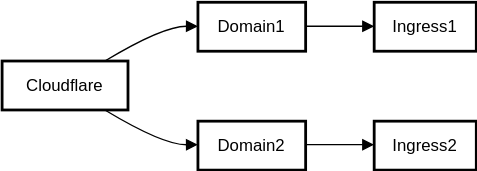
Earlier version of the draw.io export digs/2 ingress.drawio.svg (ShubhSingh/Draw.io). Source tidied: cells renumbered, new cells last; positions are measured from the earlier drawing's top-left corner, leaving out a move shared by most shapes.
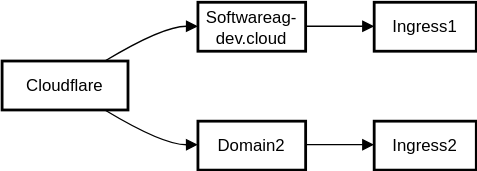
After the change.

The edit, as a diff of the source:
```diff
@@ -5,7 +5,7 @@
     <mxCell id="2" value="Cloudflare" style="whiteSpace=wrap;strokeWidth=2;" parent="1" vertex="1">
       <mxGeometry y="42" width="90" height="35" as="geometry" />
     </mxCell>
-    <mxCell id="3" value="Domain1" style="whiteSpace=wrap;strokeWidth=2;" parent="1" vertex="1">
+    <mxCell id="3" value="Softwareag-dev.cloud" style="whiteSpace=wrap;strokeWidth=2;" parent="1" vertex="1">
       <mxGeometry x="140" width="77" height="35" as="geometry" />
     </mxCell>
     <mxCell id="4" value="Domain2" style="whiteSpace=wrap;strokeWidth=2;" parent="1" vertex="1">
```
